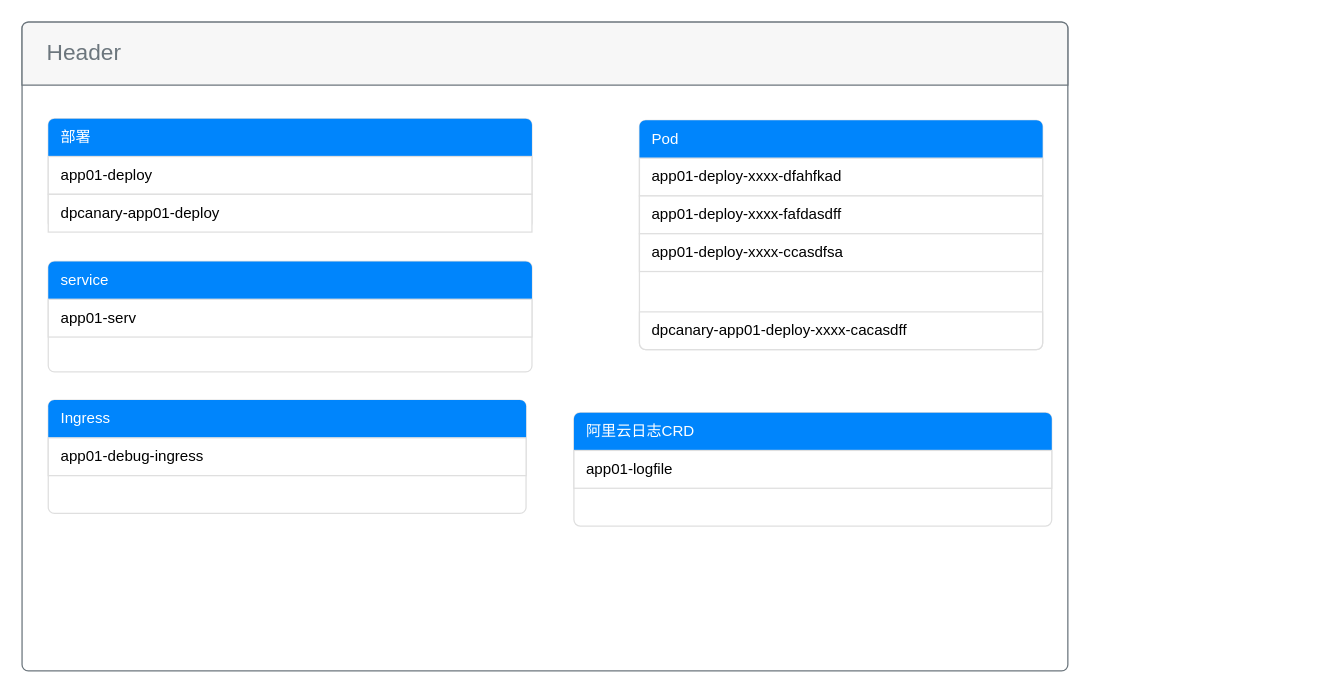
Before: goodme/K8S应用大盘.drawio in Makecodeeasy/diagrams, a draw.io diagram. Source tidied: cells renumbered, new cells numbered last; positions are measured from the earlier drawing's top-left corner, leaving out a move shared by most shapes. Both pictures are drawn from the tidied source at 126%, with x=0, y=0 at pixel (21, 21).
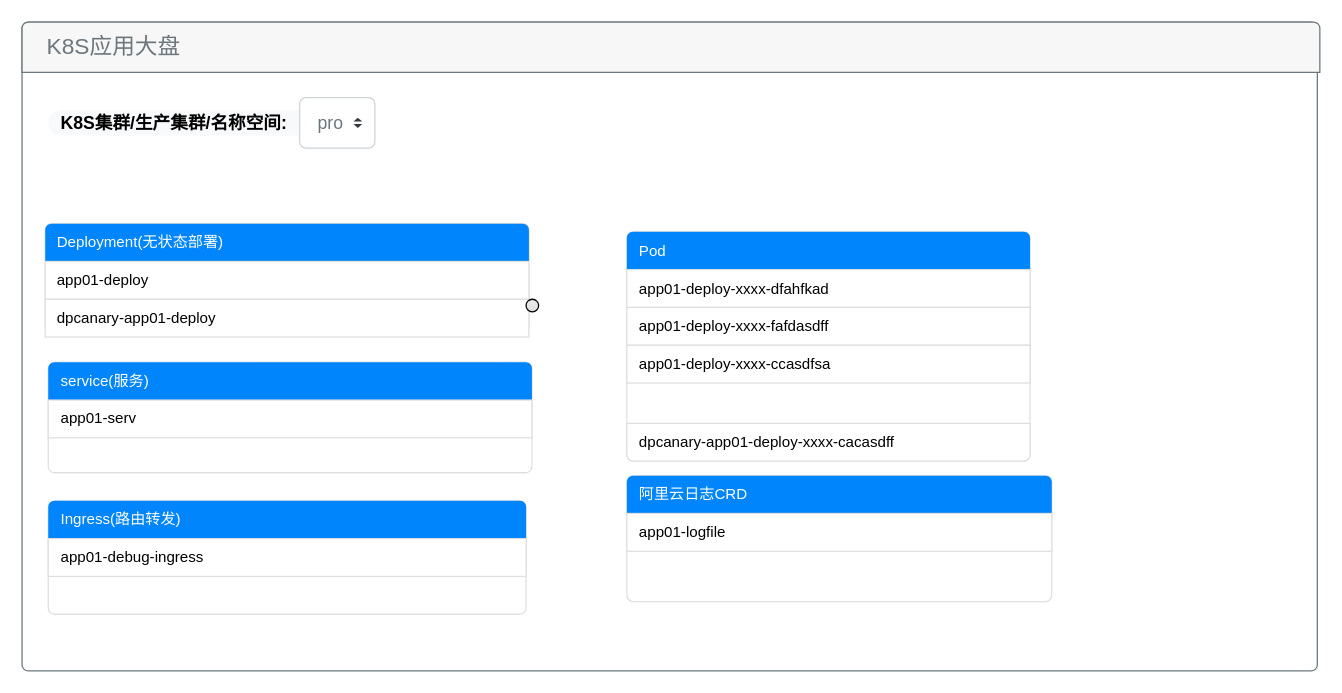
Above is the later version.

Commit message:
更新K8S应用大盘.drawio

The edit, as a diff of the source:
```diff
@@
     <mxCell id="2" style="html=1;shadow=0;dashed=0;shape=mxgraph.bootstrap.rrect;rSize=5;strokeColor=#6C767D;html=1;whiteSpace=wrap;fillColor=#ffffff;fontColor=#212529;verticalAlign=bottom;align=left;spacing=20;spacingBottom=0;fontSize=14;" parent="1" vertex="1">
-      <mxGeometry width="830" height="515" as="geometry" />
+      <mxGeometry width="1028" height="515" as="geometry" />
     </mxCell>
-    <mxCell id="3" value="Header" style="html=1;shadow=0;dashed=0;shape=mxgraph.bootstrap.topButton;rSize=5;perimeter=none;whiteSpace=wrap;fillColor=#F7F7F7;strokeColor=#6C767D;fontColor=#6C767D;fontSize=18;align=left;spacing=20;" parent="2" vertex="1">
-      <mxGeometry width="830" height="50" relative="1" as="geometry" />
+    <mxCell id="3" value="K8S应用大盘" style="html=1;shadow=0;dashed=0;shape=mxgraph.bootstrap.topButton;rSize=5;perimeter=none;whiteSpace=wrap;fillColor=#F7F7F7;strokeColor=#6C767D;fontColor=#6C767D;fontSize=18;align=left;spacing=20;" parent="2" vertex="1">
+      <mxGeometry width="1030" height="40" relative="1" as="geometry" />
     </mxCell>
     <mxCell id="4" style="html=1;shadow=0;dashed=0;shape=mxgraph.bootstrap.rrect;rSize=5;strokeColor=#DFDFDF;html=1;whiteSpace=wrap;fillColor=#FFFFFF;fontColor=#000000;" parent="2" vertex="1">
-      <mxGeometry x="20.8" y="76.7" width="383.9" height="87.7" as="geometry" />
+      <mxGeometry x="18.4" y="160" width="383.9" height="87.7" as="geometry" />
     </mxCell>
-    <mxCell id="5" value="部署" style="html=1;shadow=0;dashed=0;shape=mxgraph.bootstrap.topButton;rSize=5;strokeColor=none;fillColor=#0085FC;fontColor=#ffffff;perimeter=none;whiteSpace=wrap;align=left;spacing=10;" parent="4" vertex="1">
+    <mxCell id="5" value="Deployment(无状态部署)" style="html=1;shadow=0;dashed=0;shape=mxgraph.bootstrap.topButton;rSize=5;strokeColor=none;fillColor=#0085FC;fontColor=#ffffff;perimeter=none;whiteSpace=wrap;align=left;spacing=10;" parent="4" vertex="1">
       <mxGeometry width="383.88" height="30" relative="1" as="geometry" />
     </mxCell>
@@
     <mxCell id="8" style="html=1;shadow=0;dashed=0;shape=mxgraph.bootstrap.rrect;rSize=5;strokeColor=#DFDFDF;html=1;whiteSpace=wrap;fillColor=#FFFFFF;fontColor=#000000;" parent="2" vertex="1">
-      <mxGeometry x="490" y="78" width="320" height="182" as="geometry" />
+      <mxGeometry x="480" y="166.5" width="320" height="182" as="geometry" />
     </mxCell>
@@
     <mxCell id="14" style="html=1;shadow=0;dashed=0;shape=mxgraph.bootstrap.rrect;rSize=5;strokeColor=#DFDFDF;html=1;whiteSpace=wrap;fillColor=#FFFFFF;fontColor=#000000;" parent="2" vertex="1">
-      <mxGeometry x="20.8" y="190" width="383.9" height="87.7" as="geometry" />
+      <mxGeometry x="20.8" y="270" width="383.9" height="87.7" as="geometry" />
     </mxCell>
-    <mxCell id="15" value="service" style="html=1;shadow=0;dashed=0;shape=mxgraph.bootstrap.topButton;rSize=5;strokeColor=none;fillColor=#0085FC;fontColor=#ffffff;perimeter=none;whiteSpace=wrap;align=left;spacing=10;" parent="14" vertex="1">
+    <mxCell id="15" value="service(服务)" style="html=1;shadow=0;dashed=0;shape=mxgraph.bootstrap.topButton;rSize=5;strokeColor=none;fillColor=#0085FC;fontColor=#ffffff;perimeter=none;whiteSpace=wrap;align=left;spacing=10;" parent="14" vertex="1">
       <mxGeometry width="383.88" height="30" relative="1" as="geometry" />
     </mxCell>
@@
+    <mxCell id="20" style="html=1;shadow=0;dashed=0;shape=mxgraph.bootstrap.rrect;rSize=5;strokeColor=#DFDFDF;html=1;whiteSpace=wrap;fillColor=#FFFFFF;fontColor=#000000;" parent="2" vertex="1">
+      <mxGeometry x="480" y="360" width="337.2" height="100" as="geometry" />
+    </mxCell>
+    <mxCell id="21" value="阿里云日志CRD" style="html=1;shadow=0;dashed=0;shape=mxgraph.bootstrap.topButton;rSize=5;strokeColor=none;fillColor=#0085FC;fontColor=#ffffff;perimeter=none;whiteSpace=wrap;align=left;spacing=10;" parent="20" vertex="1">
+      <mxGeometry width="337.25" height="30" relative="1" as="geometry" />
+    </mxCell>
+    <mxCell id="22" value="app01-logfile" style="strokeColor=inherit;fillColor=inherit;gradientColor=inherit;fontColor=inherit;html=1;shadow=0;dashed=0;perimeter=none;whiteSpace=wrap;align=left;spacing=10;" parent="20" vertex="1">
+      <mxGeometry width="337.25" height="30" relative="1" as="geometry">
+        <mxPoint y="30" as="offset" />
+      </mxGeometry>
+    </mxCell>
     <mxCell id="17" style="html=1;shadow=0;dashed=0;shape=mxgraph.bootstrap.rrect;rSize=5;strokeColor=#DFDFDF;html=1;whiteSpace=wrap;fillColor=#FFFFFF;fontColor=#000000;" parent="2" vertex="1">
-      <mxGeometry x="20.8" y="300" width="379.2" height="90" as="geometry" />
+      <mxGeometry x="20.8" y="380" width="379.2" height="90" as="geometry" />
     </mxCell>
-    <mxCell id="18" value="Ingress" style="html=1;shadow=0;dashed=0;shape=mxgraph.bootstrap.topButton;rSize=5;strokeColor=none;fillColor=#0085FC;fontColor=#ffffff;perimeter=none;whiteSpace=wrap;align=left;spacing=10;" parent="17" vertex="1">
+    <mxCell id="18" value="Ingress(路由转发)" style="html=1;shadow=0;dashed=0;shape=mxgraph.bootstrap.topButton;rSize=5;strokeColor=none;fillColor=#0085FC;fontColor=#ffffff;perimeter=none;whiteSpace=wrap;align=left;spacing=10;" parent="17" vertex="1">
       <mxGeometry width="379.25" height="30" relative="1" as="geometry" />
     </mxCell>
@@
-    <mxCell id="20" style="html=1;shadow=0;dashed=0;shape=mxgraph.bootstrap.rrect;rSize=5;strokeColor=#DFDFDF;html=1;whiteSpace=wrap;fillColor=#FFFFFF;fontColor=#000000;" parent="2" vertex="1">
-      <mxGeometry x="438" y="310" width="379.2" height="90" as="geometry" />
-    </mxCell>
-    <mxCell id="21" value="阿里云日志CRD" style="html=1;shadow=0;dashed=0;shape=mxgraph.bootstrap.topButton;rSize=5;strokeColor=none;fillColor=#0085FC;fontColor=#ffffff;perimeter=none;whiteSpace=wrap;align=left;spacing=10;" parent="20" vertex="1">
-      <mxGeometry width="379.25" height="30" relative="1" as="geometry" />
-    </mxCell>
-    <mxCell id="22" value="app01-logfile" style="strokeColor=inherit;fillColor=inherit;gradientColor=inherit;fontColor=inherit;html=1;shadow=0;dashed=0;perimeter=none;whiteSpace=wrap;align=left;spacing=10;" parent="20" vertex="1">
-      <mxGeometry width="379.25" height="30" relative="1" as="geometry">
-        <mxPoint y="30" as="offset" />
-      </mxGeometry>
-    </mxCell>
+    <mxCell id="23" value="K8S集群/生产集群/名称空间:" style="rounded=1;whiteSpace=wrap;html=1;arcSize=50;strokeColor=none;strokeWidth=1;fillColor=#F8F9FA;fontColor=#000000;whiteSpace=wrap;align=left;verticalAlign=middle;spacingLeft=0;fontStyle=1;fontSize=14;spacing=10;" parent="2" vertex="1">
+      <mxGeometry x="20.8" y="70" width="209.2" height="20" as="geometry" />
+    </mxCell>
+    <mxCell id="24" value="pro" style="html=1;shadow=0;dashed=0;shape=mxgraph.bootstrap.rrect;rSize=5;fillColor=#ffffff;strokeColor=#CED4DA;align=left;spacing=15;fontSize=14;fontColor=#6C767D;" parent="2" vertex="1">
+      <mxGeometry x="220.3" y="60" width="59.7" height="40" as="geometry" />
+    </mxCell>
+    <mxCell id="25" style="shape=triangle;direction=south;fillColor=#343A40;strokeColor=none;perimeter=none;" parent="24" vertex="1">
+      <mxGeometry x="1" y="0.5" width="7" height="3" relative="1" as="geometry">
+        <mxPoint x="-17" y="1" as="offset" />
+      </mxGeometry>
+    </mxCell>
+    <mxCell id="26" style="shape=triangle;direction=north;fillColor=#343A40;strokeColor=none;perimeter=none;" parent="24" vertex="1">
+      <mxGeometry x="1" y="0.5" width="7" height="3" relative="1" as="geometry">
+        <mxPoint x="-17" y="-4" as="offset" />
+      </mxGeometry>
+    </mxCell>
+    <mxCell id="27" style="html=1;shadow=0;dashed=0;shape=mxgraph.bootstrap.radioButton2;labelPosition=right;verticalLabelPosition=middle;align=left;verticalAlign=middle;gradientColor=#DEDEDE;fillColor=#EDEDED;checked=0;spacing=5;checkedFill=#0085FC;checkedStroke=#ffffff;sketch=0;" parent="1" vertex="1">
+      <mxGeometry x="400" y="220" width="10" height="10" as="geometry" />
+    </mxCell>
```
